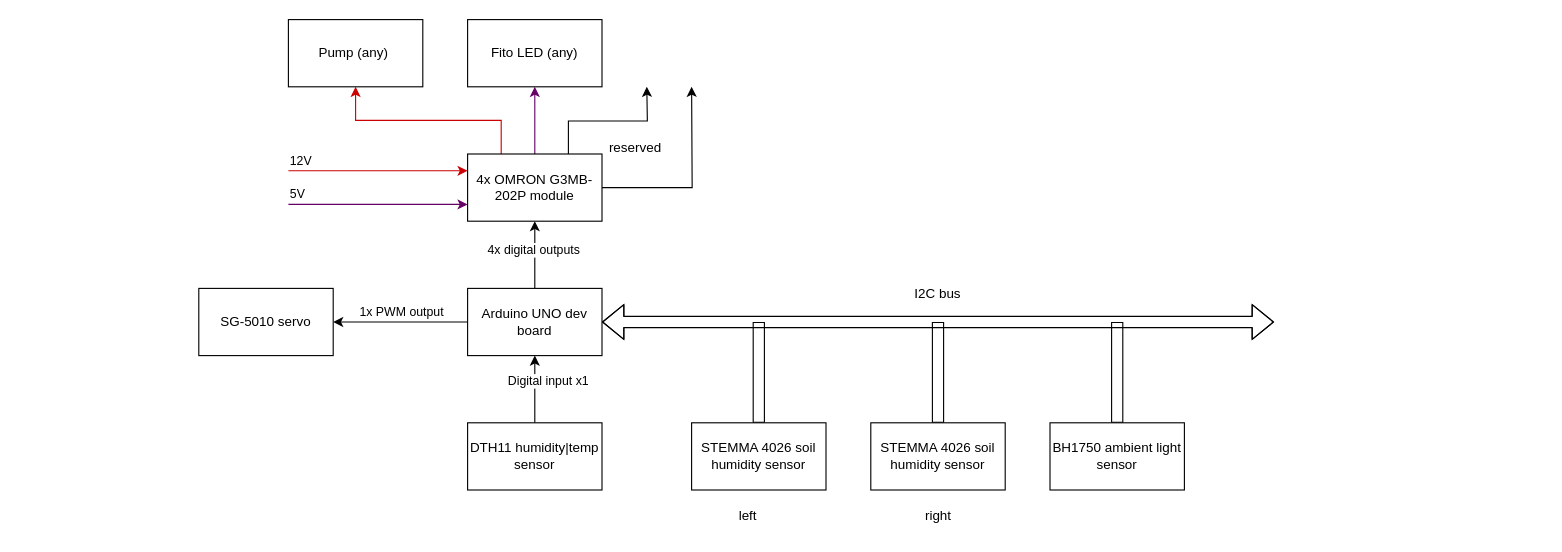
This is Repman_Georgiy/Greenhouse/Project architecture.drawio from soomrack/MR2025, a draw.io file, before an edit. Source tidied: cells renumbered, new cells numbered last; positions are measured from the earlier drawing's top-left corner, leaving out a move shared by most shapes. Both pictures are drawn from the tidied source at 112%, with x=0, y=0 at pixel (198, 19).
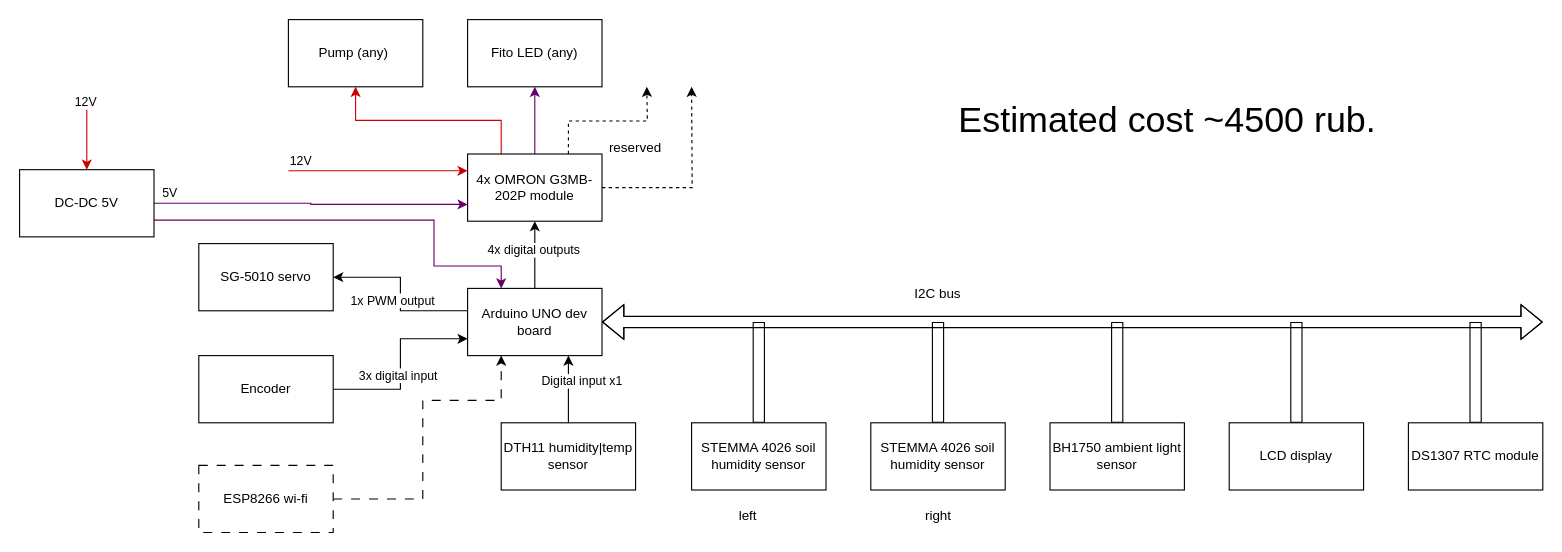
Above is the later version.

The change refers to these unchanged cells:
```xml
<mxCell id="7" value="Arduino UNO dev board" style="rounded=0;whiteSpace=wrap;html=1;" parent="1" vertex="1">
  <mxGeometry x="240" y="240" width="120" height="60" as="geometry" />
</mxCell>
<mxCell id="26" value="4x&amp;nbsp;OMRON G3MB-202P module" style="rounded=0;whiteSpace=wrap;html=1;" parent="1" vertex="1">
  <mxGeometry x="240" y="120" width="120" height="60" as="geometry" />
</mxCell>
```

Change to the diagram source:
```diff
@@
     <mxCell id="2" style="edgeStyle=orthogonalEdgeStyle;rounded=0;jettySize=auto;html=1;exitX=1;exitY=0.5;exitDx=0;exitDy=0;shape=flexArrow;startArrow=block;" parent="1" edge="1" source="7">
       <mxGeometry relative="1" as="geometry">
-        <mxPoint x="960" y="270" as="targetPoint" />
+        <mxPoint x="1200" y="270" as="targetPoint" />
       </mxGeometry>
     </mxCell>
@@
-    <mxCell id="5" style="edgeStyle=orthogonalEdgeStyle;rounded=0;jettySize=auto;html=1;exitX=0;exitY=0.5;exitDx=0;exitDy=0;entryX=1;entryY=0.5;entryDx=0;entryDy=0;" parent="1" edge="1" source="7" target="32">
+    <mxCell id="5" style="edgeStyle=orthogonalEdgeStyle;rounded=0;jettySize=auto;html=1;exitX=0;exitY=0.333;exitDx=0;exitDy=0;entryX=1;entryY=0.5;entryDx=0;entryDy=0;exitPerimeter=0;" parent="1" edge="1" source="7" target="32">
       <mxGeometry relative="1" as="geometry" />
     </mxCell>
@@
-    <mxCell id="8" style="edgeStyle=orthogonalEdgeStyle;rounded=0;jettySize=auto;html=1;exitX=0.5;exitY=0;exitDx=0;exitDy=0;entryX=0.5;entryY=1;entryDx=0;entryDy=0;" parent="1" edge="1" source="10" target="7">
+    <mxCell id="8" style="edgeStyle=orthogonalEdgeStyle;rounded=0;jettySize=auto;html=1;exitX=0.5;exitY=0;exitDx=0;exitDy=0;entryX=0.75;entryY=1;entryDx=0;entryDy=0;" parent="1" edge="1" source="10" target="7">
       <mxGeometry relative="1" as="geometry" />
     </mxCell>
@@
     <mxCell id="10" value="DTH11 humidity|temp sensor" style="rounded=0;whiteSpace=wrap;html=1;" parent="1" vertex="1">
-      <mxGeometry x="240" y="360" width="120" height="60" as="geometry" />
+      <mxGeometry x="270" y="360" width="120" height="60" as="geometry" />
     </mxCell>
@@
-    <mxCell id="22" style="edgeStyle=orthogonalEdgeStyle;rounded=0;jettySize=auto;html=1;exitX=0;exitY=0.75;exitDx=0;exitDy=0;strokeColor=#660066;startArrow=classic;startFill=1;endArrow=none;endFill=0;" parent="1" edge="1" source="26">
-      <mxGeometry relative="1" as="geometry">
-        <mxPoint x="80" y="165" as="targetPoint" />
-      </mxGeometry>
+    <mxCell id="22" style="edgeStyle=orthogonalEdgeStyle;rounded=0;jettySize=auto;html=1;exitX=0;exitY=0.75;exitDx=0;exitDy=0;strokeColor=#660066;startArrow=classic;startFill=1;endArrow=none;endFill=0;entryX=1;entryY=0.5;entryDx=0;entryDy=0;" parent="1" edge="1" source="26" target="43">
+      <mxGeometry relative="1" as="geometry" />
     </mxCell>
@@
-    <mxCell id="24" style="edgeStyle=orthogonalEdgeStyle;rounded=0;jettySize=auto;html=1;exitX=0.75;exitY=0;exitDx=0;exitDy=0;" parent="1" edge="1" source="26">
+    <mxCell id="24" style="edgeStyle=orthogonalEdgeStyle;rounded=0;jettySize=auto;html=1;exitX=0.75;exitY=0;exitDx=0;exitDy=0;dashed=1;" parent="1" edge="1" source="26">
       <mxGeometry relative="1" as="geometry">
         <mxPoint x="400" y="60" as="targetPoint" />
       </mxGeometry>
     </mxCell>
-    <mxCell id="25" style="edgeStyle=orthogonalEdgeStyle;rounded=0;jettySize=auto;html=1;exitX=1;exitY=0.5;exitDx=0;exitDy=0;" parent="1" edge="1" source="26">
+    <mxCell id="25" style="edgeStyle=orthogonalEdgeStyle;rounded=0;jettySize=auto;html=1;exitX=1;exitY=0.5;exitDx=0;exitDy=0;dashed=1;" parent="1" edge="1" source="26">
       <mxGeometry relative="1" as="geometry">
         <mxPoint x="440" y="60" as="targetPoint" />
       </mxGeometry>
     </mxCell>
@@
     <mxCell id="32" value="SG-5010 servo" style="rounded=0;whiteSpace=wrap;html=1;" parent="1" vertex="1">
-      <mxGeometry y="240" width="120" height="60" as="geometry" />
+      <mxGeometry y="200" width="120" height="60" as="geometry" />
     </mxCell>
+    <mxCell id="33" style="edgeStyle=orthogonalEdgeStyle;rounded=0;jettySize=auto;html=1;exitX=0.5;exitY=0;exitDx=0;exitDy=0;endArrow=none;endFill=0;shape=flexArrow;" parent="1" edge="1" source="34">
+      <mxGeometry relative="1" as="geometry">
+        <mxPoint x="1140" y="270" as="targetPoint" />
+      </mxGeometry>
+    </mxCell>
+    <mxCell id="34" value="DS1307 RTC module" style="rounded=0;whiteSpace=wrap;html=1;" parent="1" vertex="1">
+      <mxGeometry x="1080" y="360" width="120" height="60" as="geometry" />
+    </mxCell>
+    <mxCell id="35" style="edgeStyle=orthogonalEdgeStyle;rounded=0;jettySize=auto;html=1;exitX=0.5;exitY=0;exitDx=0;exitDy=0;startArrow=none;startFill=0;endArrow=none;endFill=0;shape=flexArrow;" parent="1" edge="1" source="36">
+      <mxGeometry relative="1" as="geometry">
+        <mxPoint x="980" y="270" as="targetPoint" />
+      </mxGeometry>
+    </mxCell>
+    <mxCell id="36" value="LCD display" style="rounded=0;whiteSpace=wrap;html=1;" parent="1" vertex="1">
+      <mxGeometry x="920" y="360" width="120" height="60" as="geometry" />
+    </mxCell>
+    <mxCell id="37" style="edgeStyle=orthogonalEdgeStyle;rounded=0;jettySize=auto;html=1;exitX=1;exitY=0.5;exitDx=0;exitDy=0;entryX=0;entryY=0.75;entryDx=0;entryDy=0;" parent="1" edge="1" source="39" target="7">
+      <mxGeometry relative="1" as="geometry" />
+    </mxCell>
+    <mxCell id="38" value="3x digital input" style="edgeLabel;html=1;align=center;verticalAlign=middle;" parent="37" vertex="1">
+      <mxGeometry x="-0.11" y="3" relative="1" as="geometry" />
+    </mxCell>
+    <mxCell id="39" value="Encoder" style="rounded=0;whiteSpace=wrap;html=1;" parent="1" vertex="1">
+      <mxGeometry y="300" width="120" height="60" as="geometry" />
+    </mxCell>
+    <mxCell id="40" style="edgeStyle=orthogonalEdgeStyle;rounded=0;jettySize=auto;html=1;exitX=0.5;exitY=0;exitDx=0;exitDy=0;startArrow=classic;startFill=1;endArrow=none;endFill=0;strokeColor=#CC0000;" parent="1" edge="1" source="43">
+      <mxGeometry relative="1" as="geometry">
+        <mxPoint x="-100" y="70" as="targetPoint" />
+      </mxGeometry>
+    </mxCell>
+    <mxCell id="41" value="12V" style="edgeLabel;html=1;align=center;verticalAlign=middle;" parent="40" vertex="1">
+      <mxGeometry x="0.89" y="2" relative="1" as="geometry" />
+    </mxCell>
+    <mxCell id="42" style="edgeStyle=orthogonalEdgeStyle;rounded=0;jettySize=auto;html=1;exitX=1;exitY=0.75;exitDx=0;exitDy=0;entryX=0.25;entryY=0;entryDx=0;entryDy=0;strokeColor=#660066;" parent="1" edge="1" source="43" target="7">
+      <mxGeometry relative="1" as="geometry">
+        <Array as="points">
+          <mxPoint x="210" y="179" />
+          <mxPoint x="210" y="220" />
+          <mxPoint x="270" y="220" />
+        </Array>
+      </mxGeometry>
+    </mxCell>
+    <mxCell id="43" value="DC-DC 5V" style="rounded=0;whiteSpace=wrap;html=1;" parent="1" vertex="1">
+      <mxGeometry x="-160" y="134" width="120" height="60" as="geometry" />
+    </mxCell>
+    <mxCell id="44" style="edgeStyle=orthogonalEdgeStyle;rounded=0;jettySize=auto;html=1;exitX=1;exitY=0.5;exitDx=0;exitDy=0;entryX=0.25;entryY=1;entryDx=0;entryDy=0;dashed=1;dashPattern=8 8;" parent="1" edge="1" source="45" target="7">
+      <mxGeometry relative="1" as="geometry">
+        <Array as="points">
+          <mxPoint x="200" y="428" />
+          <mxPoint x="200" y="340" />
+          <mxPoint x="270" y="340" />
+        </Array>
+      </mxGeometry>
+    </mxCell>
+    <mxCell id="45" value="ESP8266 wi-fi" style="rounded=0;whiteSpace=wrap;html=1;dashed=1;dashPattern=8 8;" parent="1" vertex="1">
+      <mxGeometry y="398" width="120" height="60" as="geometry" />
+    </mxCell>
+    <mxCell id="46" value="&lt;font style=&quot;font-size: 32px;&quot;&gt;Estimated cost ~4500 rub.&lt;/font&gt;" style="text;html=1;align=center;verticalAlign=middle;whiteSpace=wrap;rounded=0;" parent="1" vertex="1">
+      <mxGeometry x="630" y="60" width="470" height="60" as="geometry" />
+    </mxCell>
```
